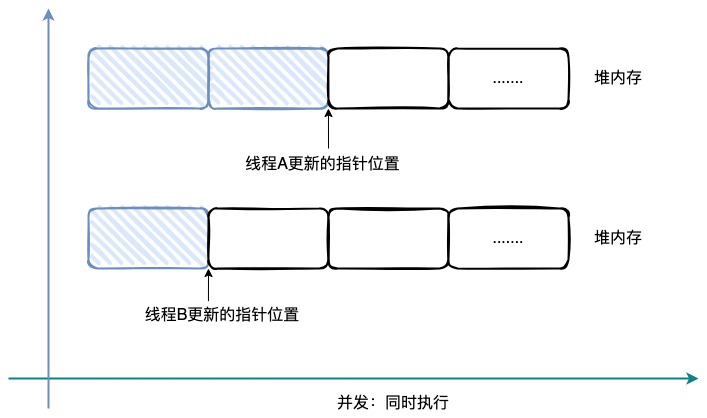
The draw.io diagram java/jvm/JVM创建对象 - 并发下内存分配冲突.drawio.drawio.png in lihongyiyi/tech-visuals, before a commit. Source tidied: cells renumbered, new cells last; positions are measured from the earlier drawing's top-left corner, leaving out a move shared by most shapes.
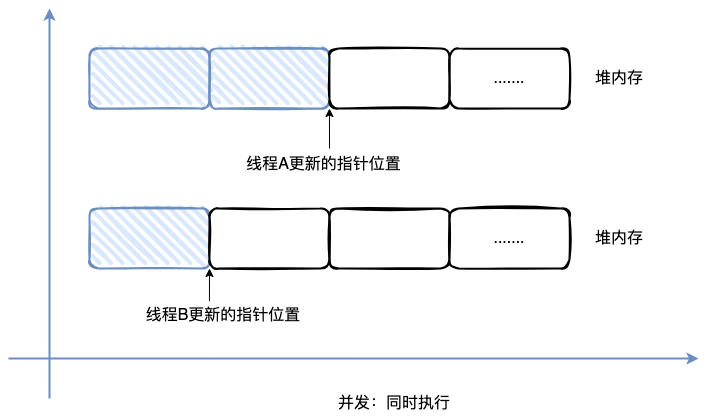
Above is the later version.

Commit message:
更新JVM创建对象 - 并发下内存分配冲突.drawio.drawio.png

What changed in the source:
```diff
@@ -47,15 +47,15 @@
     <mxCell id="15" value="&lt;font style=&quot;font-size: 16px;&quot;&gt;堆内存&lt;/font&gt;" style="text;html=1;strokeColor=none;fillColor=none;align=center;verticalAlign=middle;whiteSpace=wrap;rounded=0;" parent="1" vertex="1">
       <mxGeometry x="580" y="215" width="60" height="30" as="geometry" />
     </mxCell>
-    <mxCell id="16" style="endArrow=classic;html=1;rounded=0;fillColor=#b0e3e6;strokeColor=#0e8088;strokeWidth=2;" parent="1" edge="1">
+    <mxCell id="16" style="endArrow=classic;html=1;rounded=0;fillColor=#dae8fc;strokeColor=#6c8ebf;strokeWidth=2;" parent="1" edge="1">
       <mxGeometry relative="1" as="geometry">
-        <mxPoint y="370" as="sourcePoint" />
-        <mxPoint x="690" y="370" as="targetPoint" />
+        <mxPoint x="-1" y="350" as="sourcePoint" />
+        <mxPoint x="689" y="350" as="targetPoint" />
       </mxGeometry>
     </mxCell>
     <mxCell id="17" style="endArrow=classic;html=1;rounded=0;fillColor=#dae8fc;strokeColor=#6c8ebf;gradientColor=#7ea6e0;strokeWidth=2;" parent="1" edge="1">
       <mxGeometry relative="1" as="geometry">
-        <mxPoint x="40" y="400" as="sourcePoint" />
+        <mxPoint x="40" y="390" as="sourcePoint" />
         <mxPoint x="40" as="targetPoint" />
       </mxGeometry>
     </mxCell>
```
